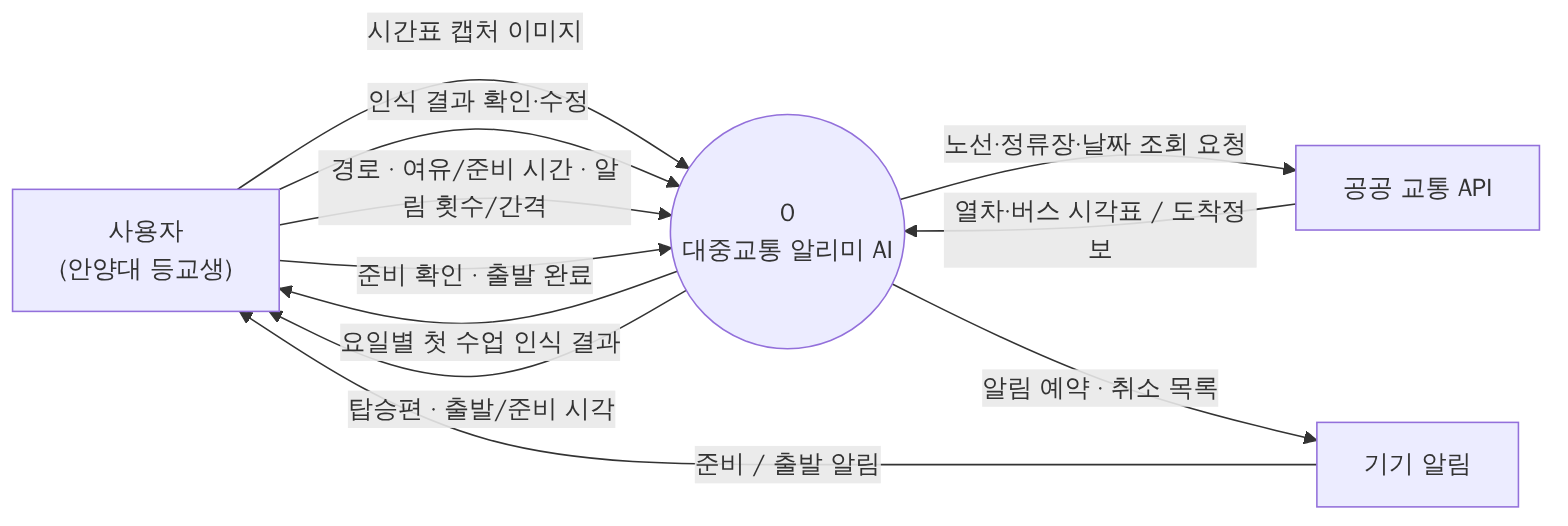
This is docs/design/diagrams/2_dfd_level0.png from yewon51019/timetable_textps, a Mermaid export, as it was before one commit. Its source is kept beside it as docs/design/diagrams/2_dfd_level0.mmd.
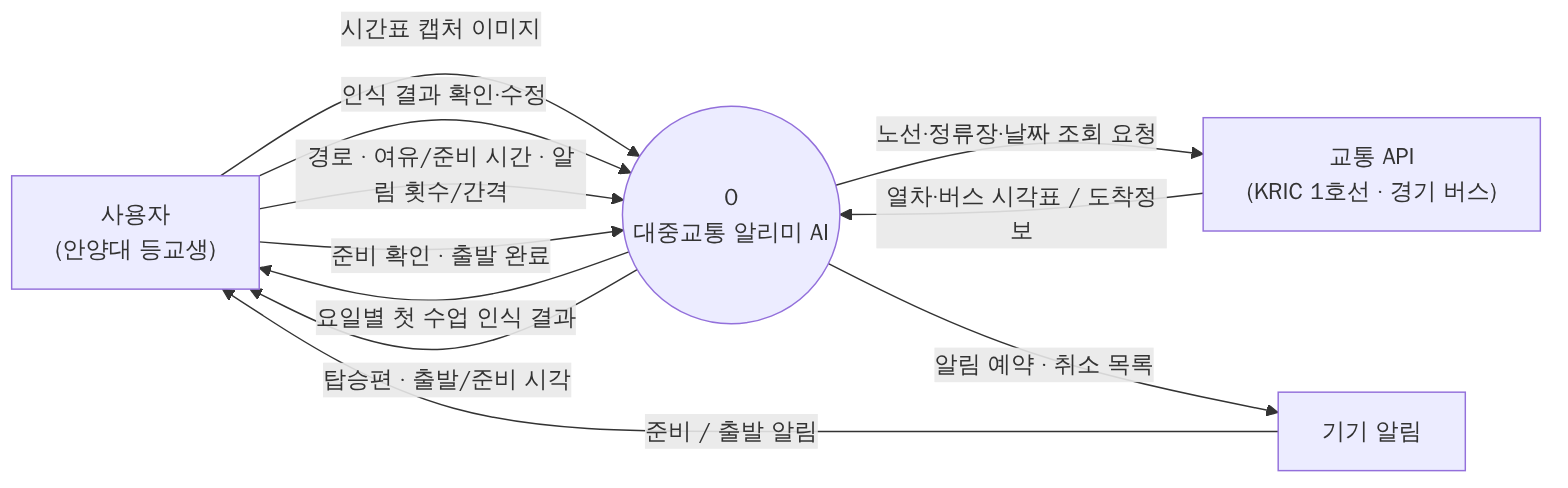
Later version of the same file.

What changed in the source:
```diff
@@ -1,7 +1,7 @@
 flowchart LR
   U["사용자<br/>(안양대 등교생)"]
   SYS(("0<br/>대중교통 알리미 AI"))
-  T["공공 교통 API"]
+  T["교통 API<br/>(KRIC 1호선 · 경기 버스)"]
   D["기기 알림"]
 
   U -- "시간표 캡처 이미지" --> SYS
```
